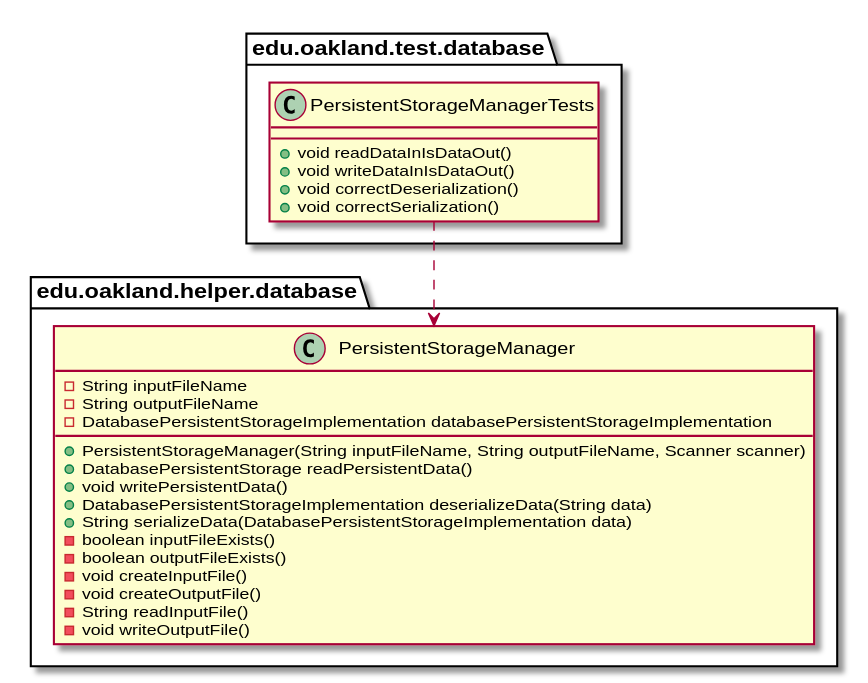
andrewdimmer/csi-3370-software-project keeps this PlantUML diagram as docs/uml-class-diagrams/database/test/PersistentStorageManagerTests/PersistentStorageManagerTests_DirectDependencies.svg. Above is the earlier version.
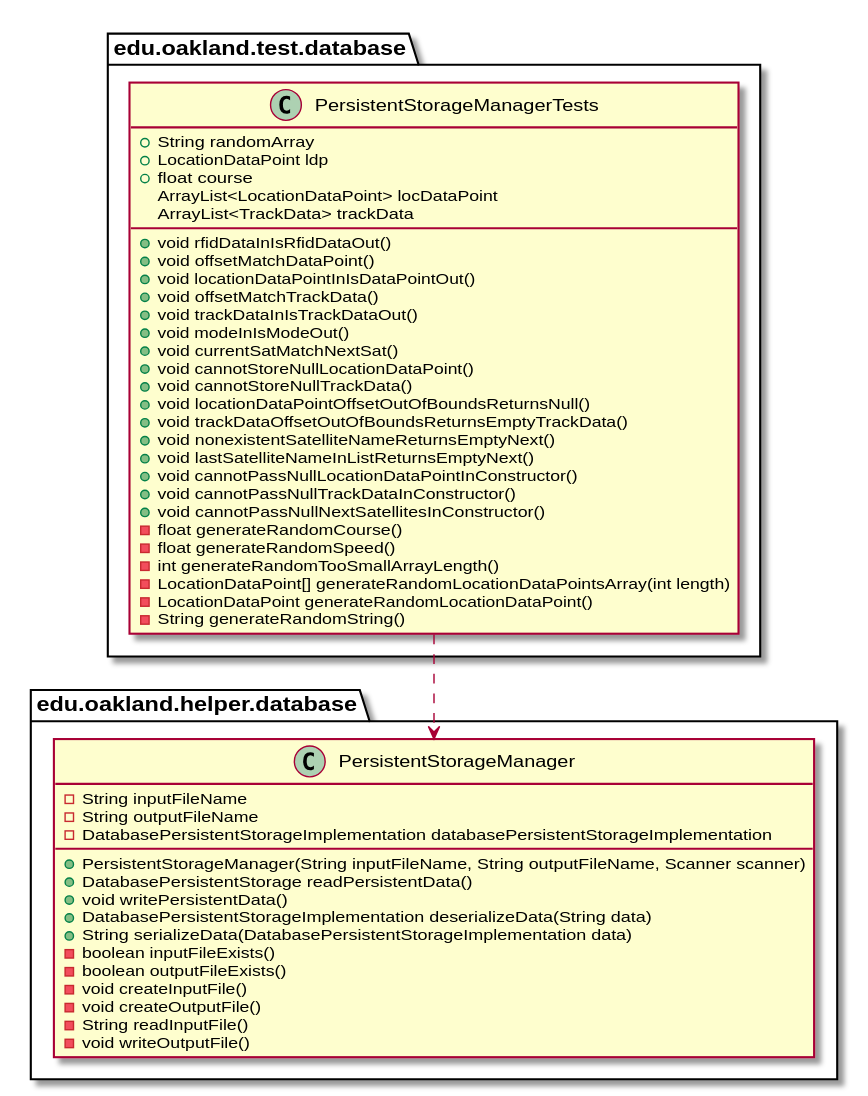
Above is the later version.

Diff of the diagram source:
```diff
@@ -3,10 +3,33 @@
 
 package edu.oakland.test.database {
     class PersistentStorageManagerTests {
-        + void readDataInIsDataOut()
-        + void writeDataInIsDataOut()
-        + void correctDeserialization()
-        + void correctSerialization()
+        + String randomArray
+        + LocationDataPoint ldp
+        + float course
+        ArrayList<LocationDataPoint> locDataPoint
+        ArrayList<TrackData> trackData
+        + void rfidDataInIsRfidDataOut()
+        + void offsetMatchDataPoint()
+        + void locationDataPointInIsDataPointOut()
+        + void offsetMatchTrackData()
+        + void trackDataInIsTrackDataOut()
+        + void modeInIsModeOut()
+        + void currentSatMatchNextSat()
+        + void cannotStoreNullLocationDataPoint()
+        + void cannotStoreNullTrackData()
+        + void locationDataPointOffsetOutOfBoundsReturnsNull()
+        + void trackDataOffsetOutOfBoundsReturnsEmptyTrackData()
+        + void nonexistentSatelliteNameReturnsEmptyNext()
+        + void lastSatelliteNameInListReturnsEmptyNext()
+        + void cannotPassNullLocationDataPointInConstructor()
+        + void cannotPassNullTrackDataInConstructor()
+        + void cannotPassNullNextSatellitesInConstructor()
+        - float generateRandomCourse()
+        - float generateRandomSpeed()
+        - int generateRandomTooSmallArrayLength()
+        - LocationDataPoint[] generateRandomLocationDataPointsArray(int length)
+        - LocationDataPoint generateRandomLocationDataPoint()
+        - String generateRandomString()
     }
 }
 
```
